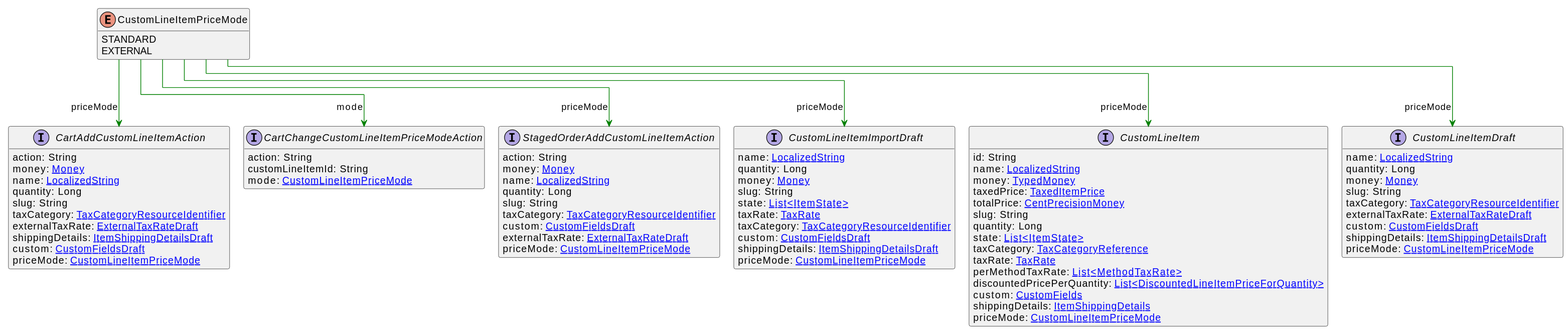
Above: uml/api/svg/CustomLineItemPriceMode.svg in commercetools/commercetools-api-reference (PlantUML), before the change.
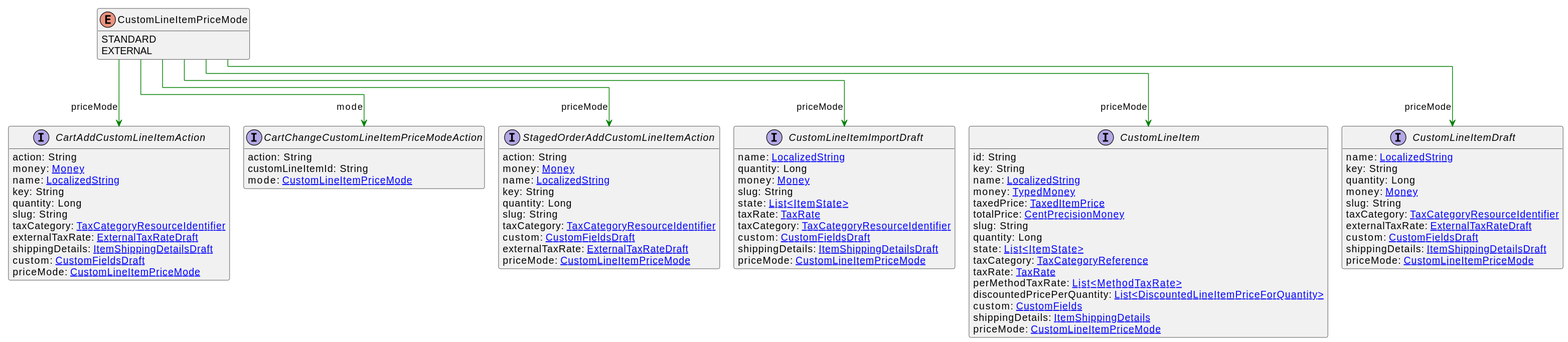
The same diagram one commit later.

What changed in the source:
```diff
@@ -7,6 +7,7 @@
 }
 interface CustomLineItem [[CustomLineItem.svg]]  {
     id: String
+    key: String
     name: [[LocalizedString.svg LocalizedString]]
     money: [[TypedMoney.svg TypedMoney]]
     taxedPrice: [[TaxedItemPrice.svg TaxedItemPrice]]
@@ -24,6 +25,7 @@
 }
 interface CustomLineItemDraft [[CustomLineItemDraft.svg]]  {
     name: [[LocalizedString.svg LocalizedString]]
+    key: String
     quantity: Long
     money: [[Money.svg Money]]
     slug: String
@@ -37,6 +39,7 @@
     action: String
     money: [[Money.svg Money]]
     name: [[LocalizedString.svg LocalizedString]]
+    key: String
     quantity: Long
     slug: String
     taxCategory: [[TaxCategoryResourceIdentifier.svg TaxCategoryResourceIdentifier]]
@@ -54,6 +57,7 @@
     action: String
     money: [[Money.svg Money]]
     name: [[LocalizedString.svg LocalizedString]]
+    key: String
     quantity: Long
     slug: String
     taxCategory: [[TaxCategoryResourceIdentifier.svg TaxCategoryResourceIdentifier]]
```
